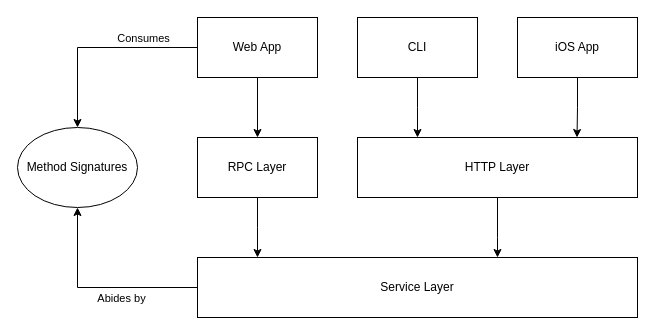
Before: page "endpoint-access" (4 of 5) of docs/floatingfile.drawio in garethlau/floatingfile, a draw.io diagram. Source tidied: cells renumbered, new cells numbered last; positions are measured from the earlier drawing's top-left corner, leaving out a move shared by most shapes. Both pictures are drawn from the tidied source at 100%, with x=0, y=0 at pixel (17, 17).
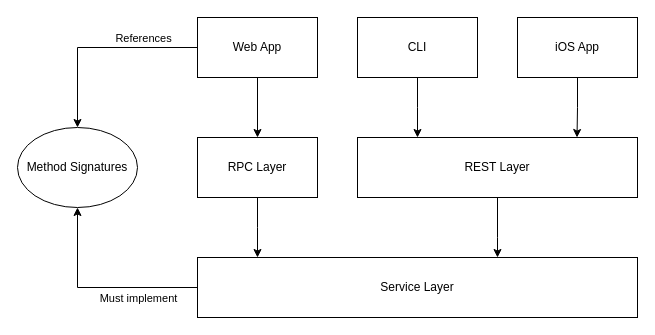
Above is the later version.

Unchanged cells that the change refers to:
```xml
<mxCell id="3" style="edgeStyle=orthogonalEdgeStyle;rounded=0;jettySize=auto;html=1;" parent="1" edge="1" source="5" target="16">
  <mxGeometry relative="1" as="geometry" />
</mxCell>
<mxCell id="12" style="edgeStyle=orthogonalEdgeStyle;rounded=0;jettySize=auto;html=1;" parent="1" edge="1" source="14" target="16">
  <mxGeometry relative="1" as="geometry" />
</mxCell>
```

Change to the diagram source:
```diff
@@
-    <mxCell id="4" value="Consumes" style="edgeLabel;html=1;align=center;verticalAlign=middle;" parent="3" vertex="1">
+    <mxCell id="4" value="References" style="edgeLabel;html=1;align=center;verticalAlign=middle;" parent="3" vertex="1">
       <mxGeometry x="-0.26" relative="1" as="geometry">
         <mxPoint x="19" y="-10" as="offset" />
       </mxGeometry>
     </mxCell>
@@
-    <mxCell id="9" value="HTTP Layer" style="rounded=0;whiteSpace=wrap;html=1;" parent="1" vertex="1">
+    <mxCell id="9" value="REST Layer" style="rounded=0;whiteSpace=wrap;html=1;" parent="1" vertex="1">
       <mxGeometry x="340" y="120" width="280" height="60" as="geometry" />
     </mxCell>
@@
-    <mxCell id="13" value="Abides by" style="edgeLabel;html=1;align=center;verticalAlign=middle;" parent="12" vertex="1">
+    <mxCell id="13" value="Must implement" style="edgeLabel;html=1;align=center;verticalAlign=middle;" parent="12" vertex="1">
       <mxGeometry x="-0.23" relative="1" as="geometry">
-        <mxPoint y="10" as="offset" />
+        <mxPoint x="17" y="10" as="offset" />
       </mxGeometry>
     </mxCell>
```
